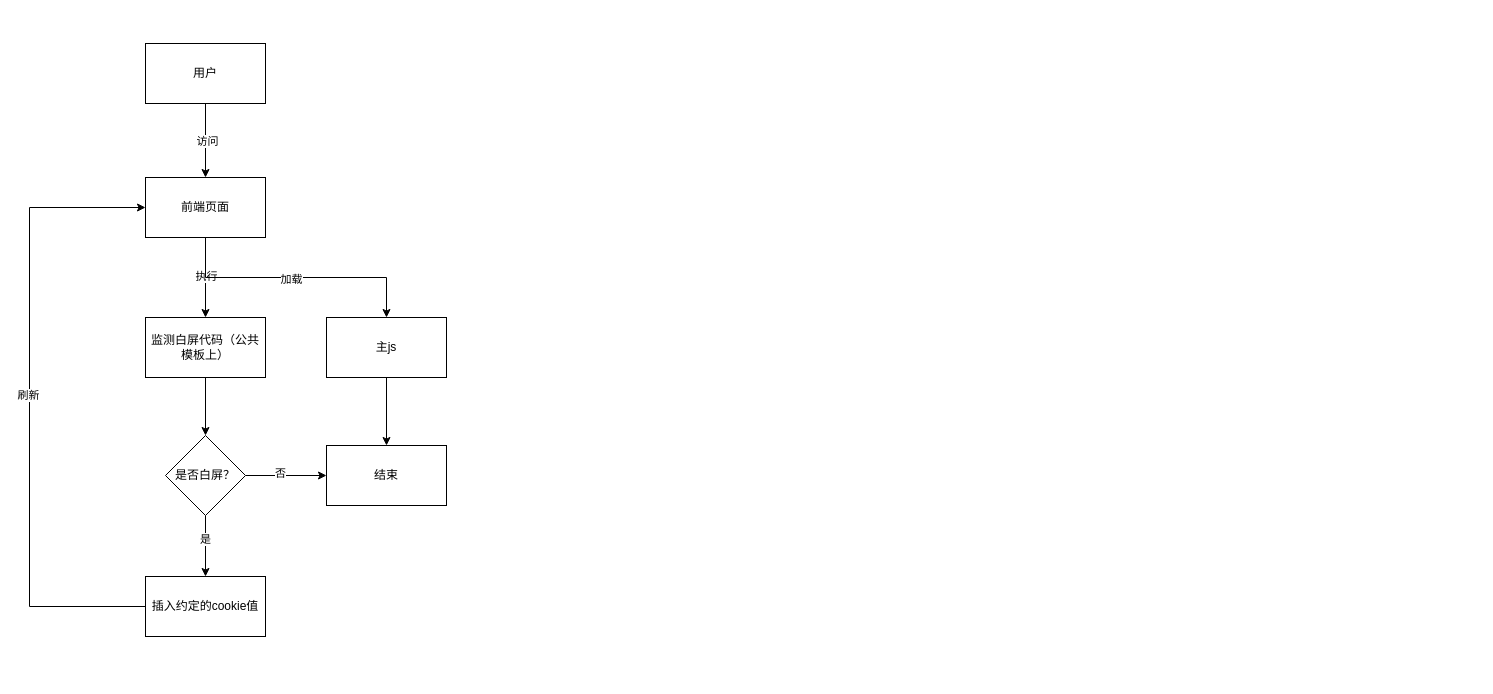
Earlier version of the draw.io diagram work.drawio (DillionZ/self-drawio). Source tidied: cells renumbered, new cells numbered last; positions are measured from the earlier drawing's top-left corner, leaving out a move shared by most shapes. Both pictures are drawn from the tidied source at 100%, with x=0, y=0 at pixel (29, 43).
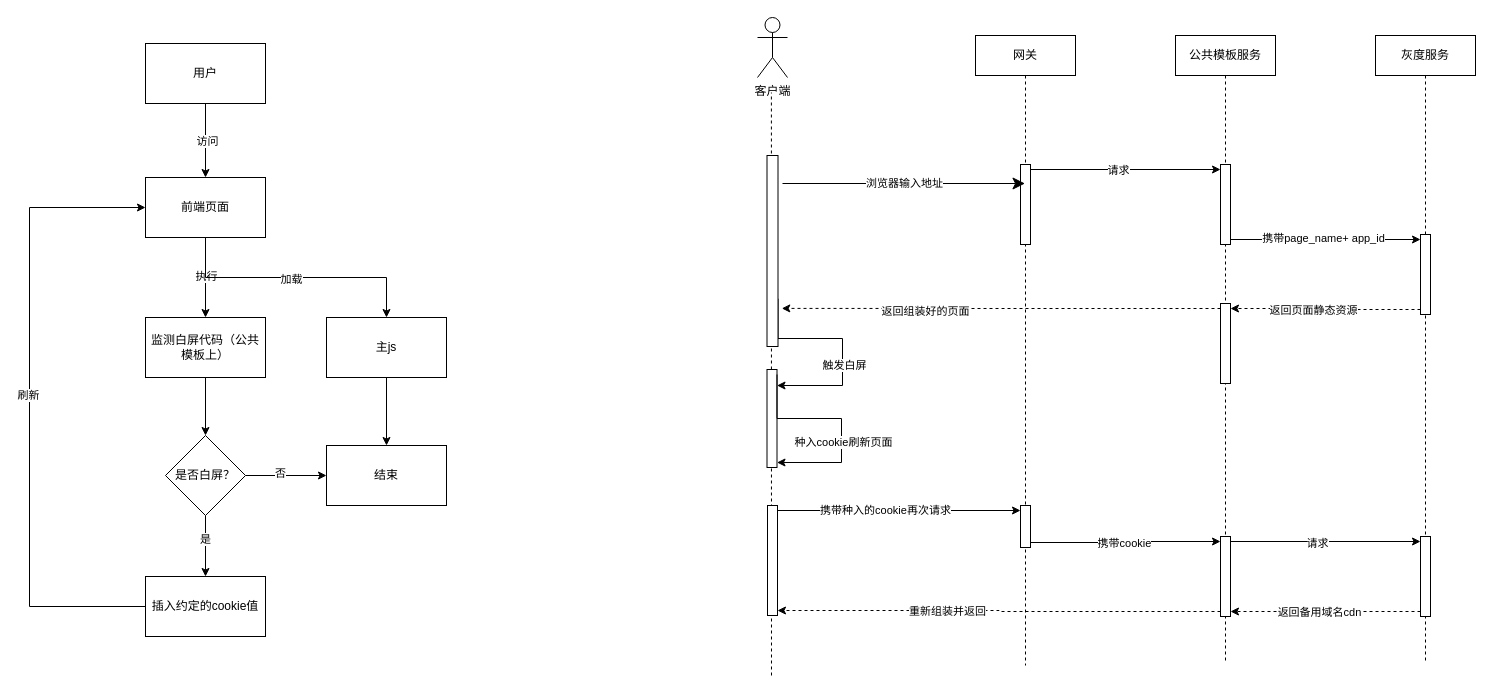
Above is the later version.

Diff of the diagram source:
```diff
@@
+    <mxCell id="23" style="endArrow=none;dashed=1;html=1;rounded=0;" parent="1" edge="1">
+      <mxGeometry relative="1" as="geometry">
+        <mxPoint x="742" y="632" as="sourcePoint" />
+        <mxPoint x="741.9" y="49" as="targetPoint" />
+      </mxGeometry>
+    </mxCell>
@@
+    <mxCell id="24" value="客户端" style="shape=umlActor;verticalLabelPosition=bottom;verticalAlign=top;html=1;" parent="1" vertex="1">
+      <mxGeometry x="728" y="-26" width="30" height="60" as="geometry" />
+    </mxCell>
+    <mxCell id="25" style="edgeStyle=orthogonalEdgeStyle;rounded=0;jettySize=auto;html=1;exitX=1;exitY=0.75;exitDx=0;exitDy=0;" parent="1" edge="1" source="27" target="48">
+      <mxGeometry relative="1" as="geometry">
+        <Array as="points">
+          <mxPoint x="749" y="295" />
+          <mxPoint x="813" y="295" />
+          <mxPoint x="813" y="342" />
+        </Array>
+      </mxGeometry>
+    </mxCell>
+    <mxCell id="26" value="触发白屏" style="edgeLabel;html=1;align=center;verticalAlign=middle;" parent="25" vertex="1">
+      <mxGeometry x="0.28" relative="1" as="geometry">
+        <mxPoint x="1" y="-8" as="offset" />
+      </mxGeometry>
+    </mxCell>
+    <mxCell id="27" style="whiteSpace=wrap;html=1;verticalAlign=top;" parent="1" vertex="1">
+      <mxGeometry x="737.5" y="112" width="11" height="191" as="geometry" />
+    </mxCell>
+    <mxCell id="28" value="网关" style="shape=umlLifeline;perimeter=lifelinePerimeter;whiteSpace=wrap;html=1;outlineConnect=0;portConstraint=eastwest;newEdgeStyle={&quot;curved&quot;:0,&quot;rounded&quot;:0};" parent="1" vertex="1">
+      <mxGeometry x="946" y="-8" width="100" height="630" as="geometry" />
+    </mxCell>
+    <mxCell id="29" style="html=1;points=[[0,0,0,0,5],[0,1,0,0,-5],[1,0,0,0,5],[1,1,0,0,-5]];perimeter=orthogonalPerimeter;outlineConnect=0;targetShapes=umlLifeline;portConstraint=eastwest;newEdgeStyle={&quot;curved&quot;:0,&quot;rounded&quot;:0};" parent="28" vertex="1">
+      <mxGeometry x="45" y="129" width="10" height="80" as="geometry" />
+    </mxCell>
+    <mxCell id="30" style="html=1;points=[[0,0,0,0,5],[0,1,0,0,-5],[1,0,0,0,5],[1,1,0,0,-5]];perimeter=orthogonalPerimeter;outlineConnect=0;targetShapes=umlLifeline;portConstraint=eastwest;newEdgeStyle={&quot;curved&quot;:0,&quot;rounded&quot;:0};" parent="28" vertex="1">
+      <mxGeometry x="45" y="470" width="10" height="42" as="geometry" />
+    </mxCell>
+    <mxCell id="31" value="公共模板服务" style="shape=umlLifeline;perimeter=lifelinePerimeter;whiteSpace=wrap;html=1;newEdgeStyle={&quot;curved&quot;:0,&quot;rounded&quot;:0};" parent="1" vertex="1">
+      <mxGeometry x="1146" y="-8" width="100" height="628" as="geometry" />
+    </mxCell>
+    <mxCell id="32" style="html=1;points=[[0,0,0,0,5],[0,1,0,0,-5],[1,0,0,0,5],[1,1,0,0,-5]];perimeter=orthogonalPerimeter;outlineConnect=0;targetShapes=umlLifeline;portConstraint=eastwest;newEdgeStyle={&quot;curved&quot;:0,&quot;rounded&quot;:0};" parent="31" vertex="1">
+      <mxGeometry x="45" y="129" width="10" height="80" as="geometry" />
+    </mxCell>
+    <mxCell id="33" style="edgeStyle=orthogonalEdgeStyle;rounded=0;jettySize=auto;html=1;curved=0;exitX=0;exitY=0;exitDx=0;exitDy=5;exitPerimeter=0;dashed=1;" parent="31" edge="1" source="35">
+      <mxGeometry relative="1" as="geometry">
+        <mxPoint x="-393.7" y="272.9" as="targetPoint" />
+      </mxGeometry>
+    </mxCell>
+    <mxCell id="34" value="返回组装好的页面" style="edgeLabel;html=1;align=center;verticalAlign=middle;" parent="33" vertex="1">
+      <mxGeometry x="0.35" y="2" relative="1" as="geometry" />
+    </mxCell>
+    <mxCell id="35" style="html=1;points=[[0,0,0,0,5],[0,1,0,0,-5],[1,0,0,0,5],[1,1,0,0,-5]];perimeter=orthogonalPerimeter;outlineConnect=0;targetShapes=umlLifeline;portConstraint=eastwest;newEdgeStyle={&quot;curved&quot;:0,&quot;rounded&quot;:0};" parent="31" vertex="1">
+      <mxGeometry x="45" y="268" width="10" height="80" as="geometry" />
+    </mxCell>
+    <mxCell id="36" style="html=1;points=[[0,0,0,0,5],[0,1,0,0,-5],[1,0,0,0,5],[1,1,0,0,-5]];perimeter=orthogonalPerimeter;outlineConnect=0;targetShapes=umlLifeline;portConstraint=eastwest;newEdgeStyle={&quot;curved&quot;:0,&quot;rounded&quot;:0};" parent="31" vertex="1">
+      <mxGeometry x="45" y="501" width="10" height="80" as="geometry" />
+    </mxCell>
+    <mxCell id="37" value="灰度服务" style="shape=umlLifeline;perimeter=lifelinePerimeter;whiteSpace=wrap;html=1;newEdgeStyle={&quot;curved&quot;:0,&quot;rounded&quot;:0};" parent="1" vertex="1">
+      <mxGeometry x="1346" y="-8" width="100" height="626" as="geometry" />
+    </mxCell>
+    <mxCell id="38" style="html=1;points=[[0,0,0,0,5],[0,1,0,0,-5],[1,0,0,0,5],[1,1,0,0,-5]];perimeter=orthogonalPerimeter;outlineConnect=0;targetShapes=umlLifeline;portConstraint=eastwest;newEdgeStyle={&quot;curved&quot;:0,&quot;rounded&quot;:0};" parent="37" vertex="1">
+      <mxGeometry x="45" y="199" width="10" height="80" as="geometry" />
+    </mxCell>
+    <mxCell id="39" style="html=1;points=[[0,0,0,0,5],[0,1,0,0,-5],[1,0,0,0,5],[1,1,0,0,-5]];perimeter=orthogonalPerimeter;outlineConnect=0;targetShapes=umlLifeline;portConstraint=eastwest;newEdgeStyle={&quot;curved&quot;:0,&quot;rounded&quot;:0};" parent="37" vertex="1">
+      <mxGeometry x="45" y="501" width="10" height="80" as="geometry" />
+    </mxCell>
+    <mxCell id="40" style="edgeStyle=orthogonalEdgeStyle;rounded=0;jettySize=auto;html=1;curved=0;exitX=1;exitY=0;exitDx=0;exitDy=5;exitPerimeter=0;entryX=0;entryY=0;entryDx=0;entryDy=5;entryPerimeter=0;" parent="1" edge="1" source="29" target="32">
+      <mxGeometry relative="1" as="geometry" />
+    </mxCell>
+    <mxCell id="41" value="请求" style="edgeLabel;html=1;align=center;verticalAlign=middle;" parent="40" vertex="1">
+      <mxGeometry x="-0.33" y="-1" relative="1" as="geometry">
+        <mxPoint x="23" y="-1" as="offset" />
+      </mxGeometry>
+    </mxCell>
+    <mxCell id="42" style="edgeStyle=orthogonalEdgeStyle;rounded=0;jettySize=auto;html=1;curved=0;exitX=1;exitY=1;exitDx=0;exitDy=-5;exitPerimeter=0;entryX=0;entryY=0;entryDx=0;entryDy=5;entryPerimeter=0;" parent="1" edge="1" source="32" target="38">
+      <mxGeometry relative="1" as="geometry" />
+    </mxCell>
+    <mxCell id="43" value="携带page_name+ app_id" style="edgeLabel;html=1;align=center;verticalAlign=middle;" parent="42" vertex="1">
+      <mxGeometry x="-0.33" y="2" relative="1" as="geometry">
+        <mxPoint x="28" as="offset" />
+      </mxGeometry>
+    </mxCell>
+    <mxCell id="44" style="edgeStyle=orthogonalEdgeStyle;rounded=0;jettySize=auto;html=1;curved=0;exitX=0;exitY=1;exitDx=0;exitDy=-5;exitPerimeter=0;entryX=1;entryY=0;entryDx=0;entryDy=5;entryPerimeter=0;dashed=1;" parent="1" edge="1" source="38" target="35">
+      <mxGeometry relative="1" as="geometry" />
+    </mxCell>
+    <mxCell id="45" value="返回页面静态资源" style="edgeLabel;html=1;align=center;verticalAlign=middle;" parent="44" vertex="1">
+      <mxGeometry x="0.14" y="1" relative="1" as="geometry" />
+    </mxCell>
+    <mxCell id="46" style="endArrow=classic;endFill=1;endSize=10;html=1;rounded=0;jumpSize=4;" parent="1" edge="1" target="28">
+      <mxGeometry relative="1" as="geometry">
+        <mxPoint x="753" y="140" as="sourcePoint" />
+      </mxGeometry>
+    </mxCell>
+    <mxCell id="47" value="浏览器输入地址" style="edgeLabel;html=1;align=center;verticalAlign=middle;" parent="46" vertex="1">
+      <mxGeometry x="-0.11" y="-1" relative="1" as="geometry">
+        <mxPoint x="13" y="-2" as="offset" />
+      </mxGeometry>
+    </mxCell>
+    <mxCell id="48" style="html=1;points=[[0,0,0,0,5],[0,1,0,0,-5],[1,0,0,0,5],[1,1,0,0,-5]];perimeter=orthogonalPerimeter;outlineConnect=0;targetShapes=umlLifeline;portConstraint=eastwest;newEdgeStyle={&quot;curved&quot;:0,&quot;rounded&quot;:0};" parent="1" vertex="1">
+      <mxGeometry x="737.5" y="326" width="10" height="98" as="geometry" />
+    </mxCell>
+    <mxCell id="49" style="edgeStyle=orthogonalEdgeStyle;rounded=0;orthogonalLoop=1;jettySize=auto;html=1;curved=0;exitX=1;exitY=0;exitDx=0;exitDy=5;exitPerimeter=0;entryX=1;entryY=1;entryDx=0;entryDy=-5;entryPerimeter=0;" parent="1" edge="1" source="48" target="48">
+      <mxGeometry relative="1" as="geometry">
+        <Array as="points">
+          <mxPoint x="748" y="375" />
+          <mxPoint x="812" y="375" />
+          <mxPoint x="812" y="419" />
+        </Array>
+      </mxGeometry>
+    </mxCell>
+    <mxCell id="50" value="种入cookie刷新页面" style="edgeLabel;html=1;align=center;verticalAlign=middle;" parent="49" vertex="1">
+      <mxGeometry x="0.28" y="-1" relative="1" as="geometry">
+        <mxPoint x="2" y="-7" as="offset" />
+      </mxGeometry>
+    </mxCell>
+    <mxCell id="51" style="html=1;points=[[0,0,0,0,5],[0,1,0,0,-5],[1,0,0,0,5],[1,1,0,0,-5]];perimeter=orthogonalPerimeter;outlineConnect=0;targetShapes=umlLifeline;portConstraint=eastwest;newEdgeStyle={&quot;curved&quot;:0,&quot;rounded&quot;:0};" parent="1" vertex="1">
+      <mxGeometry x="738" y="462" width="10" height="110" as="geometry" />
+    </mxCell>
+    <mxCell id="52" style="edgeStyle=orthogonalEdgeStyle;rounded=0;jettySize=auto;html=1;curved=0;exitX=1;exitY=0;exitDx=0;exitDy=5;exitPerimeter=0;entryX=0;entryY=0;entryDx=0;entryDy=5;entryPerimeter=0;" parent="1" edge="1" source="51" target="30">
+      <mxGeometry relative="1" as="geometry" />
+    </mxCell>
+    <mxCell id="53" value="携带种入的cookie再次请求" style="edgeLabel;html=1;align=center;verticalAlign=middle;" parent="52" vertex="1">
+      <mxGeometry x="-0.15" y="-5" relative="1" as="geometry">
+        <mxPoint x="4" y="-6" as="offset" />
+      </mxGeometry>
+    </mxCell>
+    <mxCell id="54" style="edgeStyle=orthogonalEdgeStyle;rounded=0;jettySize=auto;html=1;curved=0;exitX=1;exitY=1;exitDx=0;exitDy=-5;exitPerimeter=0;entryX=0;entryY=0;entryDx=0;entryDy=5;entryPerimeter=0;" parent="1" edge="1" source="30" target="36">
+      <mxGeometry relative="1" as="geometry" />
+    </mxCell>
+    <mxCell id="55" style="edgeLabel;html=1;align=center;verticalAlign=middle;" parent="54" vertex="1">
+      <mxGeometry x="-0.1" y="-1" relative="1" as="geometry" />
+    </mxCell>
+    <mxCell id="56" style="edgeLabel;html=1;align=center;verticalAlign=middle;" parent="54" vertex="1">
+      <mxGeometry x="-0.27" y="-2" relative="1" as="geometry" />
+    </mxCell>
+    <mxCell id="57" value="携带cookie" style="edgeLabel;html=1;align=center;verticalAlign=middle;" parent="54" vertex="1">
+      <mxGeometry x="-0.24" relative="1" as="geometry">
+        <mxPoint x="20" as="offset" />
+      </mxGeometry>
+    </mxCell>
+    <mxCell id="58" style="edgeStyle=orthogonalEdgeStyle;rounded=0;jettySize=auto;html=1;curved=0;exitX=1;exitY=0;exitDx=0;exitDy=5;exitPerimeter=0;entryX=0;entryY=0;entryDx=0;entryDy=5;entryPerimeter=0;" parent="1" edge="1" source="36" target="39">
+      <mxGeometry relative="1" as="geometry" />
+    </mxCell>
+    <mxCell id="59" value="请求" style="edgeLabel;html=1;align=center;verticalAlign=middle;" parent="58" vertex="1">
+      <mxGeometry x="-0.1" y="-1" relative="1" as="geometry" />
+    </mxCell>
+    <mxCell id="60" style="edgeStyle=orthogonalEdgeStyle;rounded=0;jettySize=auto;html=1;curved=0;exitX=0;exitY=1;exitDx=0;exitDy=-5;exitPerimeter=0;entryX=1;entryY=1;entryDx=0;entryDy=-5;entryPerimeter=0;dashed=1;" parent="1" edge="1" source="39" target="36">
+      <mxGeometry relative="1" as="geometry" />
+    </mxCell>
+    <mxCell id="61" value="返回备用域名cdn" style="edgeLabel;html=1;align=center;verticalAlign=middle;" parent="60" vertex="1">
+      <mxGeometry x="0.17" y="1" relative="1" as="geometry">
+        <mxPoint x="9" y="-1" as="offset" />
+      </mxGeometry>
+    </mxCell>
+    <mxCell id="62" style="edgeStyle=orthogonalEdgeStyle;rounded=0;jettySize=auto;html=1;curved=0;exitX=0;exitY=1;exitDx=0;exitDy=-5;exitPerimeter=0;entryX=1;entryY=1;entryDx=0;entryDy=-5;entryPerimeter=0;dashed=1;" parent="1" edge="1" source="36" target="51">
+      <mxGeometry relative="1" as="geometry" />
+    </mxCell>
+    <mxCell id="63" value="重新组装并返回" style="edgeLabel;html=1;align=center;verticalAlign=middle;" parent="62" vertex="1">
+      <mxGeometry x="0.24" relative="1" as="geometry" />
+    </mxCell>
```
